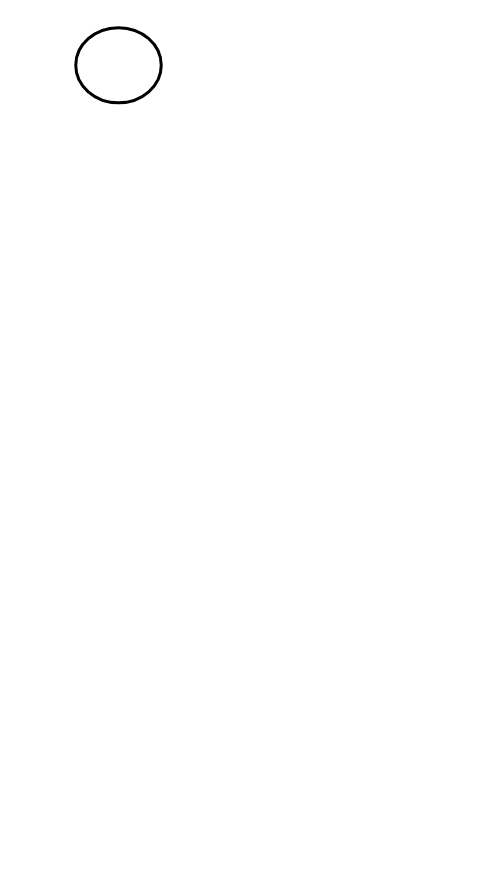
This is Untitled Diagram.drawio from uncleislearning/thinking, a draw.io file, before an edit. Source tidied: cells renumbered, new cells numbered last; positions are measured from the earlier drawing's top-left corner, leaving out a move shared by most shapes. Both pictures are drawn from the tidied source at 150%, with x=0, y=0 at pixel (75, 27).
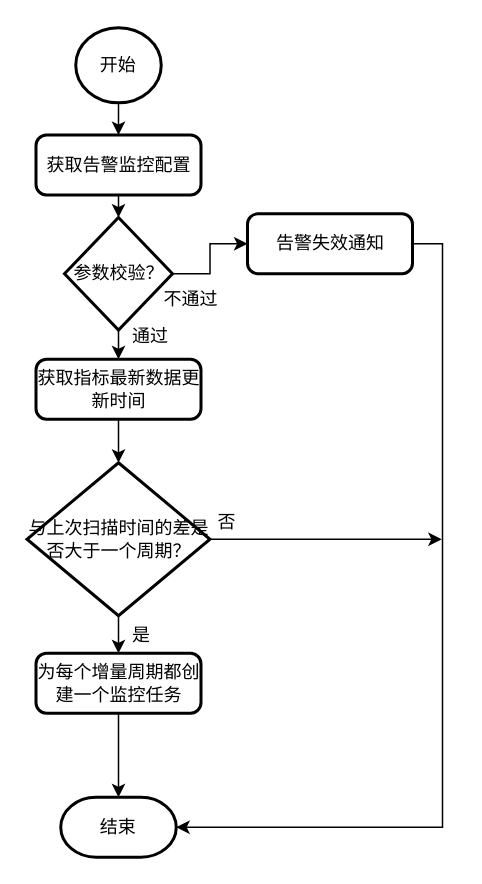
The same page after the edit.

Commit message:
任务调度流程

What changed in the source:
```diff
@@
+    <mxCell id="3" style="edgeStyle=orthogonalEdgeStyle;rounded=0;jettySize=auto;html=1;exitX=0.5;exitY=1;exitDx=0;exitDy=0;exitPerimeter=0;entryX=0.5;entryY=0;entryDx=0;entryDy=0;" parent="1" edge="1" source="2" target="5">
+      <mxGeometry relative="1" as="geometry" />
+    </mxCell>
-    <mxCell id="2" style="strokeWidth=2;html=1;shape=mxgraph.flowchart.start_2;whiteSpace=wrap;" parent="1" vertex="1">
+    <mxCell id="2" value="开始" style="strokeWidth=2;html=1;shape=mxgraph.flowchart.start_2;whiteSpace=wrap;" parent="1" vertex="1">
       <mxGeometry width="57" height="50" as="geometry" />
     </mxCell>
+    <mxCell id="4" style="edgeStyle=orthogonalEdgeStyle;rounded=0;jettySize=auto;html=1;exitX=0.5;exitY=1;exitDx=0;exitDy=0;entryX=0.5;entryY=0;entryDx=0;entryDy=0;entryPerimeter=0;" parent="1" edge="1" source="5" target="8">
+      <mxGeometry relative="1" as="geometry" />
+    </mxCell>
+    <mxCell id="5" value="获取告警监控配置" style="rounded=1;whiteSpace=wrap;html=1;absoluteArcSize=1;arcSize=14;strokeWidth=2;" parent="1" vertex="1">
+      <mxGeometry x="-26.5" y="71.5" width="110" height="40" as="geometry" />
+    </mxCell>
+    <mxCell id="6" style="edgeStyle=orthogonalEdgeStyle;rounded=0;jettySize=auto;html=1;exitX=0.5;exitY=1;exitDx=0;exitDy=0;exitPerimeter=0;entryX=0.5;entryY=0;entryDx=0;entryDy=0;" parent="1" edge="1" source="8" target="10">
+      <mxGeometry relative="1" as="geometry" />
+    </mxCell>
+    <mxCell id="7" style="edgeStyle=orthogonalEdgeStyle;rounded=0;jettySize=auto;html=1;exitX=1;exitY=0.5;exitDx=0;exitDy=0;exitPerimeter=0;entryX=0;entryY=0.5;entryDx=0;entryDy=0;" parent="1" edge="1" source="8" target="16">
+      <mxGeometry relative="1" as="geometry" />
+    </mxCell>
+    <mxCell id="8" value="参数校验？" style="strokeWidth=2;html=1;shape=mxgraph.flowchart.decision;whiteSpace=wrap;" parent="1" vertex="1">
+      <mxGeometry x="-7.5" y="126.5" width="72" height="75" as="geometry" />
+    </mxCell>
+    <mxCell id="9" style="edgeStyle=orthogonalEdgeStyle;rounded=0;jettySize=auto;html=1;exitX=0.5;exitY=1;exitDx=0;exitDy=0;" parent="1" edge="1" source="10" target="13">
+      <mxGeometry relative="1" as="geometry" />
+    </mxCell>
+    <mxCell id="10" value="获取指标最新数据更新时间" style="rounded=1;whiteSpace=wrap;html=1;absoluteArcSize=1;arcSize=14;strokeWidth=2;" parent="1" vertex="1">
+      <mxGeometry x="-26.5" y="221" width="110" height="40" as="geometry" />
+    </mxCell>
+    <mxCell id="11" style="edgeStyle=orthogonalEdgeStyle;rounded=0;jettySize=auto;html=1;exitX=1;exitY=0.5;exitDx=0;exitDy=0;exitPerimeter=0;" parent="1" edge="1" source="13">
+      <mxGeometry relative="1" as="geometry">
+        <mxPoint x="244" y="341" as="targetPoint" />
+      </mxGeometry>
+    </mxCell>
+    <mxCell id="12" style="edgeStyle=orthogonalEdgeStyle;rounded=0;jettySize=auto;html=1;exitX=0.5;exitY=1;exitDx=0;exitDy=0;exitPerimeter=0;entryX=0.5;entryY=0;entryDx=0;entryDy=0;" parent="1" edge="1" source="13" target="21">
+      <mxGeometry relative="1" as="geometry" />
+    </mxCell>
+    <mxCell id="13" value="与上次扫描时间的差是否大于一个周期？" style="strokeWidth=2;html=1;shape=mxgraph.flowchart.decision;whiteSpace=wrap;" parent="1" vertex="1">
+      <mxGeometry x="-32.5" y="290" width="122" height="102" as="geometry" />
+    </mxCell>
+    <mxCell id="14" value="通过" style="text;html=1;align=left;verticalAlign=top;spacingTop=-4;" parent="1" vertex="1">
+      <mxGeometry x="36" y="196" width="34" height="14" as="geometry" />
+    </mxCell>
+    <mxCell id="15" style="edgeStyle=orthogonalEdgeStyle;rounded=0;jettySize=auto;html=1;exitX=1;exitY=0.5;exitDx=0;exitDy=0;entryX=1;entryY=0.5;entryDx=0;entryDy=0;entryPerimeter=0;" parent="1" edge="1" source="16" target="18">
+      <mxGeometry relative="1" as="geometry" />
+    </mxCell>
+    <mxCell id="16" value="告警失效通知" style="rounded=1;whiteSpace=wrap;html=1;absoluteArcSize=1;arcSize=14;strokeWidth=2;" parent="1" vertex="1">
+      <mxGeometry x="114.5" y="124" width="110" height="40" as="geometry" />
+    </mxCell>
+    <mxCell id="17" value="不通过" style="text;html=1;align=left;verticalAlign=top;spacingTop=-4;" parent="1" vertex="1">
+      <mxGeometry x="57" y="171" width="46" height="14" as="geometry" />
+    </mxCell>
+    <mxCell id="18" value="结束" style="strokeWidth=2;html=1;shape=mxgraph.flowchart.terminator;whiteSpace=wrap;" parent="1" vertex="1">
+      <mxGeometry x="-10" y="513" width="77" height="40" as="geometry" />
+    </mxCell>
+    <mxCell id="19" value="否" style="text;html=1;align=left;verticalAlign=top;spacingTop=-4;" parent="1" vertex="1">
+      <mxGeometry x="92.5" y="320" width="22" height="14" as="geometry" />
+    </mxCell>
+    <mxCell id="20" style="edgeStyle=orthogonalEdgeStyle;rounded=0;jettySize=auto;html=1;exitX=0.5;exitY=1;exitDx=0;exitDy=0;" parent="1" edge="1" source="21" target="18">
+      <mxGeometry relative="1" as="geometry" />
+    </mxCell>
+    <mxCell id="21" value="为每个增量周期都创建一个监控任务" style="rounded=1;whiteSpace=wrap;html=1;absoluteArcSize=1;arcSize=14;strokeWidth=2;" parent="1" vertex="1">
+      <mxGeometry x="-26.5" y="417" width="110" height="40" as="geometry" />
+    </mxCell>
+    <mxCell id="22" value="是" style="text;html=1;align=left;verticalAlign=top;spacingTop=-4;" parent="1" vertex="1">
+      <mxGeometry x="36" y="395" width="22" height="14" as="geometry" />
+    </mxCell>
```
